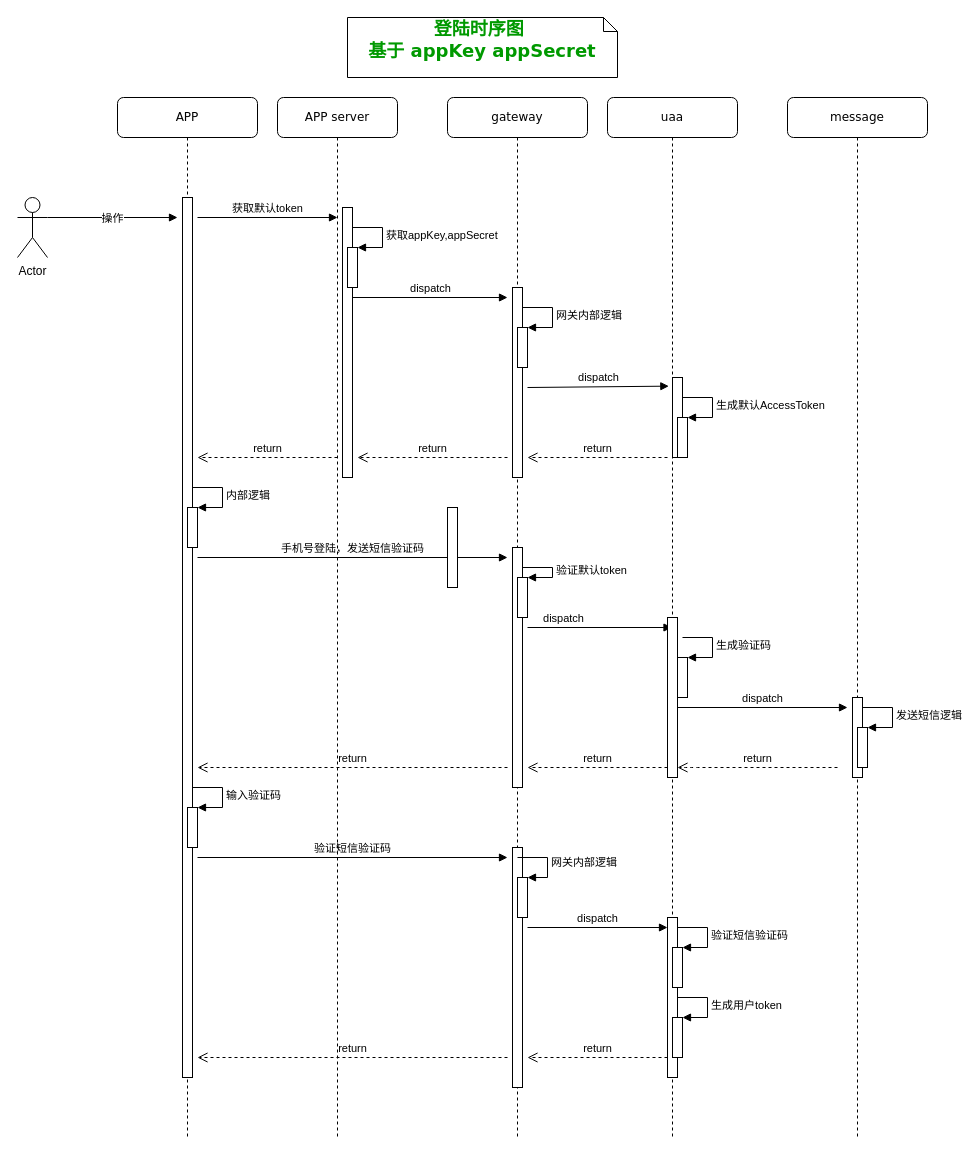
Earlier version of the draw.io diagram Juzi/登陆流程.drawio (Gopanpan/Gopan-drawing). Source tidied: cells renumbered, new cells numbered last; positions are measured from the earlier drawing's top-left corner, leaving out a move shared by most shapes. Both pictures are drawn from the tidied source at 100%, with x=0, y=0 at pixel (17, 17).
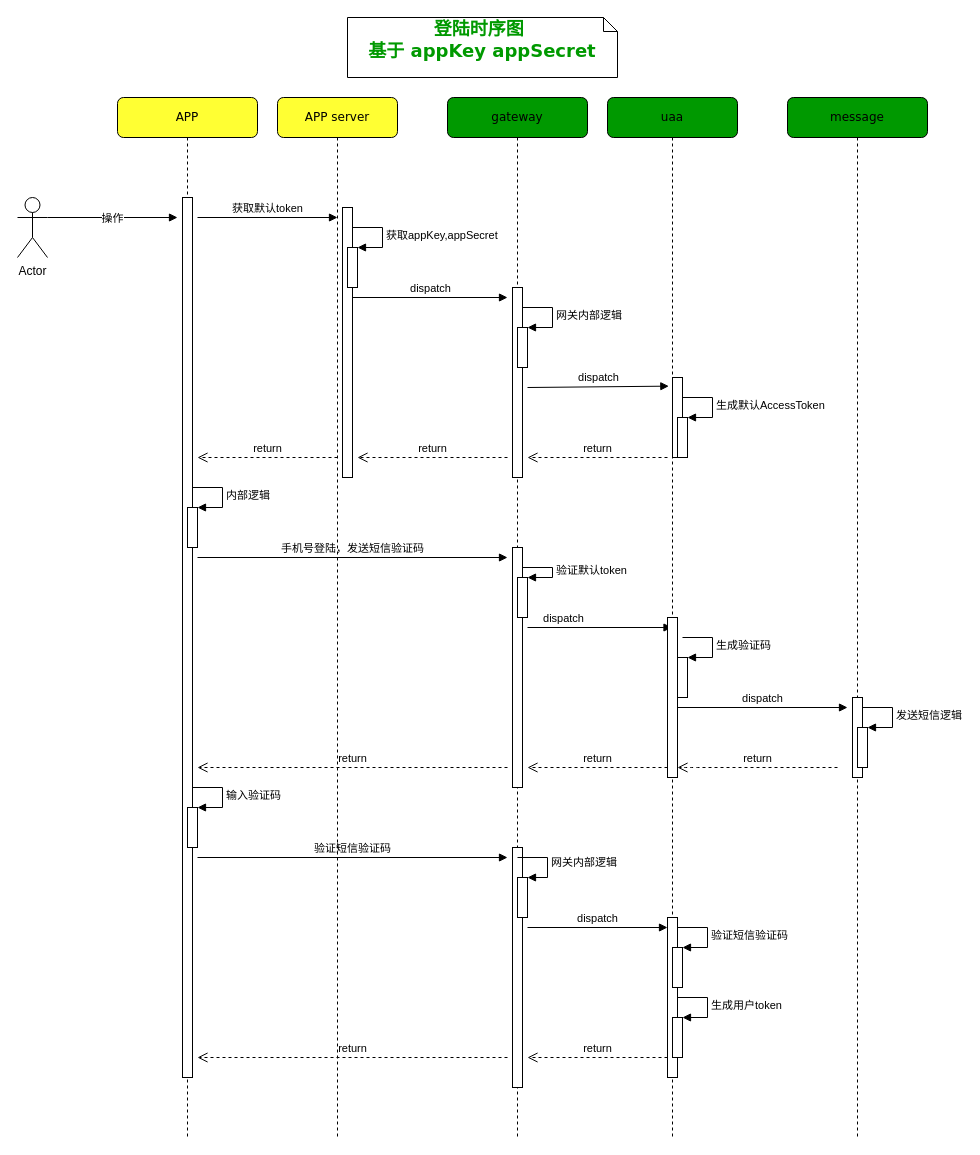
The same diagram, later.

The edit, as a diff of the source:
```diff
@@
-    <mxCell id="2" value="APP" style="shape=umlLifeline;perimeter=lifelinePerimeter;whiteSpace=wrap;html=1;outlineConnect=0;rounded=1;shadow=0;comic=0;labelBackgroundColor=none;strokeWidth=1;fontFamily=Verdana;fontSize=12;align=center;" parent="1" vertex="1">
+    <mxCell id="2" value="APP" style="shape=umlLifeline;perimeter=lifelinePerimeter;whiteSpace=wrap;html=1;outlineConnect=0;rounded=1;shadow=0;comic=0;labelBackgroundColor=none;strokeWidth=1;fontFamily=Verdana;fontSize=12;align=center;fillColor=#FFFF33;" parent="1" vertex="1">
       <mxGeometry x="100" y="80" width="140" height="1040" as="geometry" />
     </mxCell>
@@
-    <mxCell id="7" value="gateway" style="shape=umlLifeline;perimeter=lifelinePerimeter;whiteSpace=wrap;html=1;rounded=1;shadow=0;comic=0;labelBackgroundColor=none;strokeWidth=1;fontFamily=Verdana;fontSize=12;align=center;" parent="1" vertex="1">
+    <mxCell id="7" value="gateway" style="shape=umlLifeline;perimeter=lifelinePerimeter;whiteSpace=wrap;html=1;rounded=1;shadow=0;comic=0;labelBackgroundColor=none;strokeWidth=1;fontFamily=Verdana;fontSize=12;align=center;fillColor=#009900;" parent="1" vertex="1">
       <mxGeometry x="430" y="80" width="140" height="1040" as="geometry" />
     </mxCell>
@@
-    <mxCell id="20" value="uaa" style="shape=umlLifeline;perimeter=lifelinePerimeter;whiteSpace=wrap;html=1;outlineConnect=0;rounded=1;shadow=0;comic=0;labelBackgroundColor=none;strokeWidth=1;fontFamily=Verdana;fontSize=12;align=center;" parent="1" vertex="1">
+    <mxCell id="20" value="uaa" style="shape=umlLifeline;perimeter=lifelinePerimeter;whiteSpace=wrap;html=1;outlineConnect=0;rounded=1;shadow=0;comic=0;labelBackgroundColor=none;strokeWidth=1;fontFamily=Verdana;fontSize=12;align=center;fillColor=#009900;" parent="1" vertex="1">
       <mxGeometry x="590" y="80" width="130" height="1040" as="geometry" />
     </mxCell>
@@
-    <mxCell id="33" value="message" style="shape=umlLifeline;perimeter=lifelinePerimeter;whiteSpace=wrap;html=1;rounded=1;shadow=0;comic=0;labelBackgroundColor=none;strokeWidth=1;fontFamily=Verdana;fontSize=12;align=center;" parent="1" vertex="1">
+    <mxCell id="33" value="message" style="shape=umlLifeline;perimeter=lifelinePerimeter;whiteSpace=wrap;html=1;rounded=1;shadow=0;comic=0;labelBackgroundColor=none;strokeWidth=1;fontFamily=Verdana;fontSize=12;align=center;fillColor=#009900;" parent="1" vertex="1">
       <mxGeometry x="770" y="80" width="140" height="1040" as="geometry" />
     </mxCell>
@@
-    <mxCell id="41" value="APP server" style="shape=umlLifeline;perimeter=lifelinePerimeter;whiteSpace=wrap;html=1;rounded=1;shadow=0;comic=0;labelBackgroundColor=none;strokeWidth=1;fontFamily=Verdana;fontSize=12;align=center;" parent="1" vertex="1">
+    <mxCell id="41" value="APP server" style="shape=umlLifeline;perimeter=lifelinePerimeter;whiteSpace=wrap;html=1;rounded=1;shadow=0;comic=0;labelBackgroundColor=none;strokeWidth=1;fontFamily=Verdana;fontSize=12;align=center;fillColor=#FFFF33;" parent="1" vertex="1">
       <mxGeometry x="260" y="80" width="120" height="1040" as="geometry" />
     </mxCell>
@@
-    <mxCell id="51" style="html=1;perimeter=orthogonalPerimeter;" parent="1" vertex="1">
-      <mxGeometry x="430" y="490" width="10" height="80" as="geometry" />
-    </mxCell>
```
